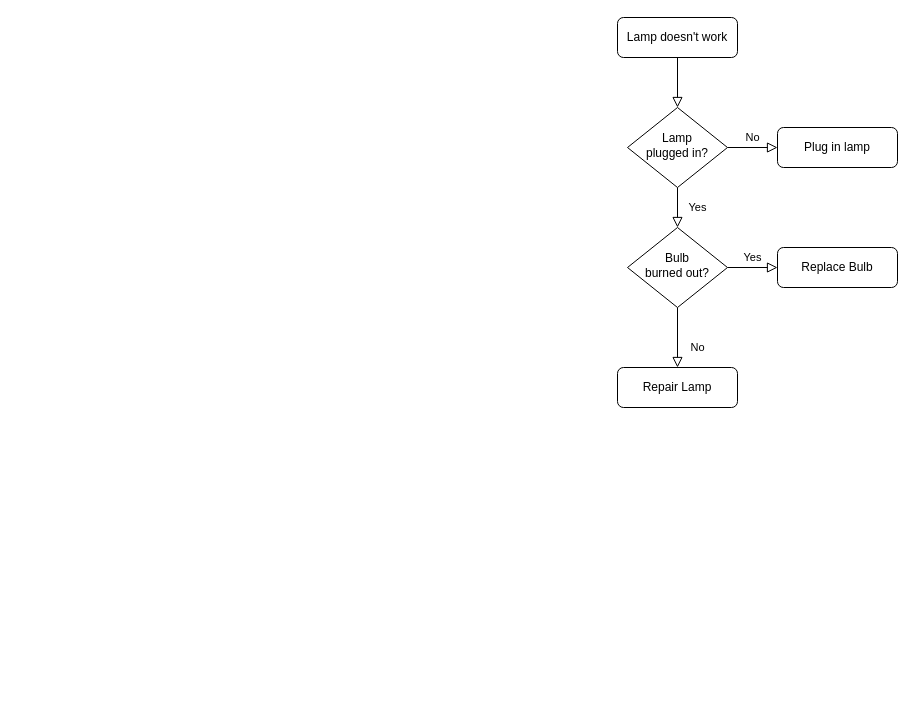
Earlier version of the draw.io diagram tracker/auth.drawio (shalev396/Not-Alone). Source tidied: cells renumbered, new cells numbered last; positions are measured from the earlier drawing's top-left corner, leaving out a move shared by most shapes. Both pictures are drawn from the tidied source at 100%, with x=0, y=0 at pixel (617, 17).
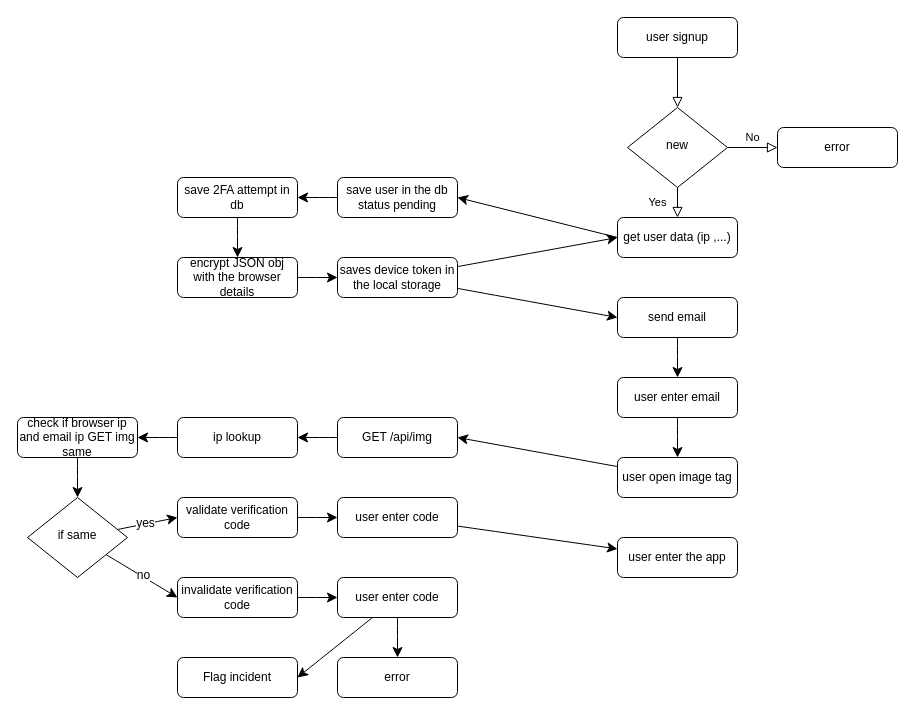
Above is the later version.

The edit, as a diff of the source:
```diff
@@
-    <mxCell id="3" value="Lamp doesn't work" style="rounded=1;whiteSpace=wrap;html=1;fontSize=12;glass=0;strokeWidth=1;shadow=0;" parent="1" vertex="1">
+    <mxCell id="3" value="user signup" style="rounded=1;whiteSpace=wrap;html=1;fontSize=12;glass=0;strokeWidth=1;shadow=0;" parent="1" vertex="1">
       <mxGeometry width="120" height="40" as="geometry" />
     </mxCell>
-    <mxCell id="4" value="Yes" style="rounded=0;html=1;jettySize=auto;fontSize=11;endArrow=block;endFill=0;endSize=8;strokeWidth=1;shadow=0;labelBackgroundColor=none;edgeStyle=orthogonalEdgeStyle;" parent="1" edge="1" source="6" target="10">
+    <mxCell id="4" value="Yes" style="rounded=0;html=1;jettySize=auto;fontSize=11;endArrow=block;endFill=0;endSize=8;strokeWidth=1;shadow=0;labelBackgroundColor=none;edgeStyle=orthogonalEdgeStyle;" parent="1" edge="1" source="6" target="14">
       <mxGeometry y="20" relative="1" as="geometry" />
     </mxCell>
@@
-    <mxCell id="6" value="Lamp&lt;br&gt;plugged in?" style="rhombus;whiteSpace=wrap;html=1;shadow=0;fontFamily=Helvetica;fontSize=12;align=center;strokeWidth=1;spacing=6;spacingTop=-4;" parent="1" vertex="1">
+    <mxCell id="6" value="new" style="rhombus;whiteSpace=wrap;html=1;shadow=0;fontFamily=Helvetica;fontSize=12;align=center;strokeWidth=1;spacing=6;spacingTop=-4;" parent="1" vertex="1">
       <mxGeometry x="10" y="90" width="100" height="80" as="geometry" />
     </mxCell>
-    <mxCell id="7" value="Plug in lamp" style="rounded=1;whiteSpace=wrap;html=1;fontSize=12;glass=0;strokeWidth=1;shadow=0;" parent="1" vertex="1">
+    <mxCell id="7" value="error" style="rounded=1;whiteSpace=wrap;html=1;fontSize=12;glass=0;strokeWidth=1;shadow=0;" parent="1" vertex="1">
       <mxGeometry x="160" y="110" width="120" height="40" as="geometry" />
     </mxCell>
-    <mxCell id="8" value="No" style="rounded=0;html=1;jettySize=auto;fontSize=11;endArrow=block;endFill=0;endSize=8;strokeWidth=1;shadow=0;labelBackgroundColor=none;edgeStyle=orthogonalEdgeStyle;" parent="1" edge="1" source="10" target="11">
-      <mxGeometry x="0.33" y="20" relative="1" as="geometry" />
-    </mxCell>
-    <mxCell id="9" value="Yes" style="edgeStyle=orthogonalEdgeStyle;rounded=0;html=1;jettySize=auto;fontSize=11;endArrow=block;endFill=0;endSize=8;strokeWidth=1;shadow=0;labelBackgroundColor=none;" parent="1" edge="1" source="10" target="12">
-      <mxGeometry y="10" relative="1" as="geometry" />
-    </mxCell>
-    <mxCell id="10" value="Bulb&lt;br&gt;burned out?" style="rhombus;whiteSpace=wrap;html=1;shadow=0;fontFamily=Helvetica;fontSize=12;align=center;strokeWidth=1;spacing=6;spacingTop=-4;" parent="1" vertex="1">
-      <mxGeometry x="10" y="210" width="100" height="80" as="geometry" />
-    </mxCell>
-    <mxCell id="11" value="Repair Lamp" style="rounded=1;whiteSpace=wrap;html=1;fontSize=12;glass=0;strokeWidth=1;shadow=0;" parent="1" vertex="1">
-      <mxGeometry y="350" width="120" height="40" as="geometry" />
-    </mxCell>
-    <mxCell id="12" value="Replace Bulb" style="rounded=1;whiteSpace=wrap;html=1;fontSize=12;glass=0;strokeWidth=1;shadow=0;" parent="1" vertex="1">
-      <mxGeometry x="160" y="230" width="120" height="40" as="geometry" />
-    </mxCell>
+    <mxCell id="13" style="edgeStyle=none;curved=1;rounded=0;jettySize=auto;html=1;fontSize=12;startSize=8;endSize=8;entryX=1;entryY=0.5;entryDx=0;entryDy=0;exitX=0;exitY=0.5;exitDx=0;exitDy=0;" parent="1" edge="1" source="14" target="18">
+      <mxGeometry relative="1" as="geometry" />
+    </mxCell>
+    <mxCell id="14" value="get user data (ip ,...)" style="rounded=1;whiteSpace=wrap;html=1;fontSize=12;glass=0;strokeWidth=1;shadow=0;" parent="1" vertex="1">
+      <mxGeometry y="200" width="120" height="40" as="geometry" />
+    </mxCell>
+    <mxCell id="15" style="edgeStyle=none;curved=1;rounded=0;jettySize=auto;html=1;entryX=0.5;entryY=0;entryDx=0;entryDy=0;fontSize=12;startSize=8;endSize=8;" parent="1" edge="1" source="16" target="27">
+      <mxGeometry relative="1" as="geometry" />
+    </mxCell>
+    <mxCell id="16" value="send email" style="rounded=1;whiteSpace=wrap;html=1;fontSize=12;glass=0;strokeWidth=1;shadow=0;" parent="1" vertex="1">
+      <mxGeometry y="280" width="120" height="40" as="geometry" />
+    </mxCell>
+    <mxCell id="17" style="edgeStyle=none;curved=1;rounded=0;jettySize=auto;html=1;fontSize=12;startSize=8;endSize=8;" parent="1" edge="1" source="18" target="20">
+      <mxGeometry relative="1" as="geometry" />
+    </mxCell>
+    <mxCell id="18" value="save user in the db&lt;br&gt;status pending" style="rounded=1;whiteSpace=wrap;html=1;fontSize=12;glass=0;strokeWidth=1;shadow=0;" parent="1" vertex="1">
+      <mxGeometry x="-280" y="160" width="120" height="40" as="geometry" />
+    </mxCell>
+    <mxCell id="19" style="edgeStyle=none;curved=1;rounded=0;jettySize=auto;html=1;fontSize=12;startSize=8;endSize=8;" parent="1" edge="1" source="20" target="22">
+      <mxGeometry relative="1" as="geometry" />
+    </mxCell>
+    <mxCell id="20" value="save 2FA attempt in db" style="rounded=1;whiteSpace=wrap;html=1;fontSize=12;glass=0;strokeWidth=1;shadow=0;" parent="1" vertex="1">
+      <mxGeometry x="-440" y="160" width="120" height="40" as="geometry" />
+    </mxCell>
+    <mxCell id="21" style="edgeStyle=none;curved=1;rounded=0;jettySize=auto;html=1;fontSize=12;startSize=8;endSize=8;" parent="1" edge="1" source="22" target="25">
+      <mxGeometry relative="1" as="geometry" />
+    </mxCell>
+    <mxCell id="22" value="encrypt JSON obj with the browser details" style="rounded=1;whiteSpace=wrap;html=1;fontSize=12;glass=0;strokeWidth=1;shadow=0;" parent="1" vertex="1">
+      <mxGeometry x="-440" y="240" width="120" height="40" as="geometry" />
+    </mxCell>
+    <mxCell id="23" style="edgeStyle=none;curved=1;rounded=0;jettySize=auto;html=1;fontSize=12;startSize=8;endSize=8;entryX=0;entryY=0.5;entryDx=0;entryDy=0;" parent="1" edge="1" source="25" target="14">
+      <mxGeometry relative="1" as="geometry" />
+    </mxCell>
+    <mxCell id="24" style="edgeStyle=none;curved=1;rounded=0;jettySize=auto;html=1;entryX=0;entryY=0.5;entryDx=0;entryDy=0;fontSize=12;startSize=8;endSize=8;" parent="1" edge="1" source="25" target="16">
+      <mxGeometry relative="1" as="geometry" />
+    </mxCell>
+    <mxCell id="25" value="saves device token in the local storage" style="rounded=1;whiteSpace=wrap;html=1;fontSize=12;glass=0;strokeWidth=1;shadow=0;" parent="1" vertex="1">
+      <mxGeometry x="-280" y="240" width="120" height="40" as="geometry" />
+    </mxCell>
+    <mxCell id="26" style="edgeStyle=none;curved=1;rounded=0;jettySize=auto;html=1;entryX=0.5;entryY=0;entryDx=0;entryDy=0;fontSize=12;startSize=8;endSize=8;" parent="1" edge="1" source="27" target="29">
+      <mxGeometry relative="1" as="geometry" />
+    </mxCell>
+    <mxCell id="27" value="user enter email" style="rounded=1;whiteSpace=wrap;html=1;fontSize=12;glass=0;strokeWidth=1;shadow=0;" parent="1" vertex="1">
+      <mxGeometry y="360" width="120" height="40" as="geometry" />
+    </mxCell>
+    <mxCell id="28" style="edgeStyle=none;curved=1;rounded=0;jettySize=auto;html=1;entryX=1;entryY=0.5;entryDx=0;entryDy=0;fontSize=12;startSize=8;endSize=8;" parent="1" edge="1" source="29" target="31">
+      <mxGeometry relative="1" as="geometry" />
+    </mxCell>
+    <mxCell id="29" value="user open image tag" style="rounded=1;whiteSpace=wrap;html=1;fontSize=12;glass=0;strokeWidth=1;shadow=0;" parent="1" vertex="1">
+      <mxGeometry y="440" width="120" height="40" as="geometry" />
+    </mxCell>
+    <mxCell id="30" style="edgeStyle=none;curved=1;rounded=0;jettySize=auto;html=1;fontSize=12;startSize=8;endSize=8;" parent="1" edge="1" source="31" target="33">
+      <mxGeometry relative="1" as="geometry" />
+    </mxCell>
+    <mxCell id="31" value="GET /api/img" style="rounded=1;whiteSpace=wrap;html=1;fontSize=12;glass=0;strokeWidth=1;shadow=0;" parent="1" vertex="1">
+      <mxGeometry x="-280" y="400" width="120" height="40" as="geometry" />
+    </mxCell>
+    <mxCell id="32" style="edgeStyle=none;curved=1;rounded=0;jettySize=auto;html=1;fontSize=12;startSize=8;endSize=8;" parent="1" edge="1" source="33" target="35">
+      <mxGeometry relative="1" as="geometry" />
+    </mxCell>
+    <mxCell id="33" value="ip lookup" style="rounded=1;whiteSpace=wrap;html=1;fontSize=12;glass=0;strokeWidth=1;shadow=0;" parent="1" vertex="1">
+      <mxGeometry x="-440" y="400" width="120" height="40" as="geometry" />
+    </mxCell>
+    <mxCell id="34" style="edgeStyle=none;curved=1;rounded=0;jettySize=auto;html=1;fontSize=12;startSize=8;endSize=8;" parent="1" edge="1" source="35" target="40">
+      <mxGeometry relative="1" as="geometry" />
+    </mxCell>
+    <mxCell id="35" value="check if browser ip and email ip GET img same" style="rounded=1;whiteSpace=wrap;html=1;fontSize=12;glass=0;strokeWidth=1;shadow=0;" parent="1" vertex="1">
+      <mxGeometry x="-600" y="400" width="120" height="40" as="geometry" />
+    </mxCell>
+    <mxCell id="36" style="edgeStyle=none;curved=1;rounded=0;jettySize=auto;html=1;entryX=0;entryY=0.5;entryDx=0;entryDy=0;fontSize=12;startSize=8;endSize=8;" parent="1" edge="1" source="40" target="42">
+      <mxGeometry relative="1" as="geometry" />
+    </mxCell>
+    <mxCell id="37" value="yes" style="edgeLabel;html=1;align=center;verticalAlign=middle;fontSize=12;" parent="36" vertex="1">
+      <mxGeometry x="-0.07" relative="1" as="geometry">
+        <mxPoint y="-1" as="offset" />
+      </mxGeometry>
+    </mxCell>
+    <mxCell id="38" style="edgeStyle=none;curved=1;rounded=0;jettySize=auto;html=1;entryX=0;entryY=0.5;entryDx=0;entryDy=0;fontSize=12;startSize=8;endSize=8;" parent="1" edge="1" source="40" target="44">
+      <mxGeometry relative="1" as="geometry" />
+    </mxCell>
+    <mxCell id="39" value="no" style="edgeLabel;html=1;align=center;verticalAlign=middle;fontSize=12;" parent="38" vertex="1">
+      <mxGeometry x="0.04" y="2" relative="1" as="geometry">
+        <mxPoint x="-1" as="offset" />
+      </mxGeometry>
+    </mxCell>
+    <mxCell id="40" value="if same" style="rhombus;whiteSpace=wrap;html=1;shadow=0;fontFamily=Helvetica;fontSize=12;align=center;strokeWidth=1;spacing=6;spacingTop=-4;" parent="1" vertex="1">
+      <mxGeometry x="-590" y="480" width="100" height="80" as="geometry" />
+    </mxCell>
+    <mxCell id="41" style="edgeStyle=none;curved=1;rounded=0;jettySize=auto;html=1;fontSize=12;startSize=8;endSize=8;" parent="1" edge="1" source="42" target="46">
+      <mxGeometry relative="1" as="geometry" />
+    </mxCell>
+    <mxCell id="42" value="validate verification code" style="rounded=1;whiteSpace=wrap;html=1;fontSize=12;glass=0;strokeWidth=1;shadow=0;" parent="1" vertex="1">
+      <mxGeometry x="-440" y="480" width="120" height="40" as="geometry" />
+    </mxCell>
+    <mxCell id="43" style="edgeStyle=none;curved=1;rounded=0;jettySize=auto;html=1;fontSize=12;startSize=8;endSize=8;" parent="1" edge="1" source="44" target="49">
+      <mxGeometry relative="1" as="geometry" />
+    </mxCell>
+    <mxCell id="44" value="invalidate verification code" style="rounded=1;whiteSpace=wrap;html=1;fontSize=12;glass=0;strokeWidth=1;shadow=0;" parent="1" vertex="1">
+      <mxGeometry x="-440" y="560" width="120" height="40" as="geometry" />
+    </mxCell>
+    <mxCell id="45" style="edgeStyle=none;curved=1;rounded=0;jettySize=auto;html=1;fontSize=12;startSize=8;endSize=8;" parent="1" edge="1" source="46" target="50">
+      <mxGeometry relative="1" as="geometry" />
+    </mxCell>
+    <mxCell id="46" value="user enter code" style="rounded=1;whiteSpace=wrap;html=1;fontSize=12;glass=0;strokeWidth=1;shadow=0;" parent="1" vertex="1">
+      <mxGeometry x="-280" y="480" width="120" height="40" as="geometry" />
+    </mxCell>
+    <mxCell id="47" style="edgeStyle=none;curved=1;rounded=0;jettySize=auto;html=1;fontSize=12;startSize=8;endSize=8;" parent="1" edge="1" source="49" target="51">
+      <mxGeometry relative="1" as="geometry" />
+    </mxCell>
+    <mxCell id="48" style="edgeStyle=none;curved=1;rounded=0;jettySize=auto;html=1;entryX=1;entryY=0.5;entryDx=0;entryDy=0;fontSize=12;startSize=8;endSize=8;" parent="1" edge="1" source="49" target="52">
+      <mxGeometry relative="1" as="geometry" />
+    </mxCell>
+    <mxCell id="49" value="user enter code" style="rounded=1;whiteSpace=wrap;html=1;fontSize=12;glass=0;strokeWidth=1;shadow=0;" parent="1" vertex="1">
+      <mxGeometry x="-280" y="560" width="120" height="40" as="geometry" />
+    </mxCell>
+    <mxCell id="50" value="user enter the app" style="rounded=1;whiteSpace=wrap;html=1;fontSize=12;glass=0;strokeWidth=1;shadow=0;" parent="1" vertex="1">
+      <mxGeometry y="520" width="120" height="40" as="geometry" />
+    </mxCell>
+    <mxCell id="51" value="error" style="rounded=1;whiteSpace=wrap;html=1;fontSize=12;glass=0;strokeWidth=1;shadow=0;" parent="1" vertex="1">
+      <mxGeometry x="-280" y="640" width="120" height="40" as="geometry" />
+    </mxCell>
+    <mxCell id="52" value="Flag incident" style="rounded=1;whiteSpace=wrap;html=1;fontSize=12;glass=0;strokeWidth=1;shadow=0;" parent="1" vertex="1">
+      <mxGeometry x="-440" y="640" width="120" height="40" as="geometry" />
+    </mxCell>
```
